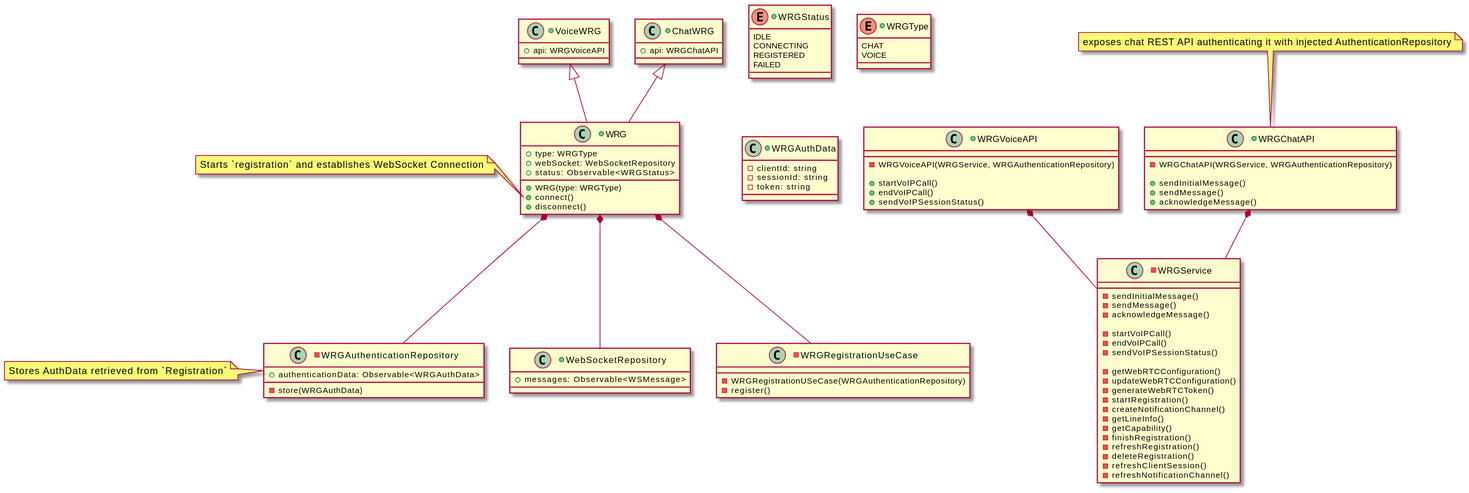
This is wrg/class.svg from crvshlab/v-app-diagrams-public, a PlantUML export, as it was before one commit.
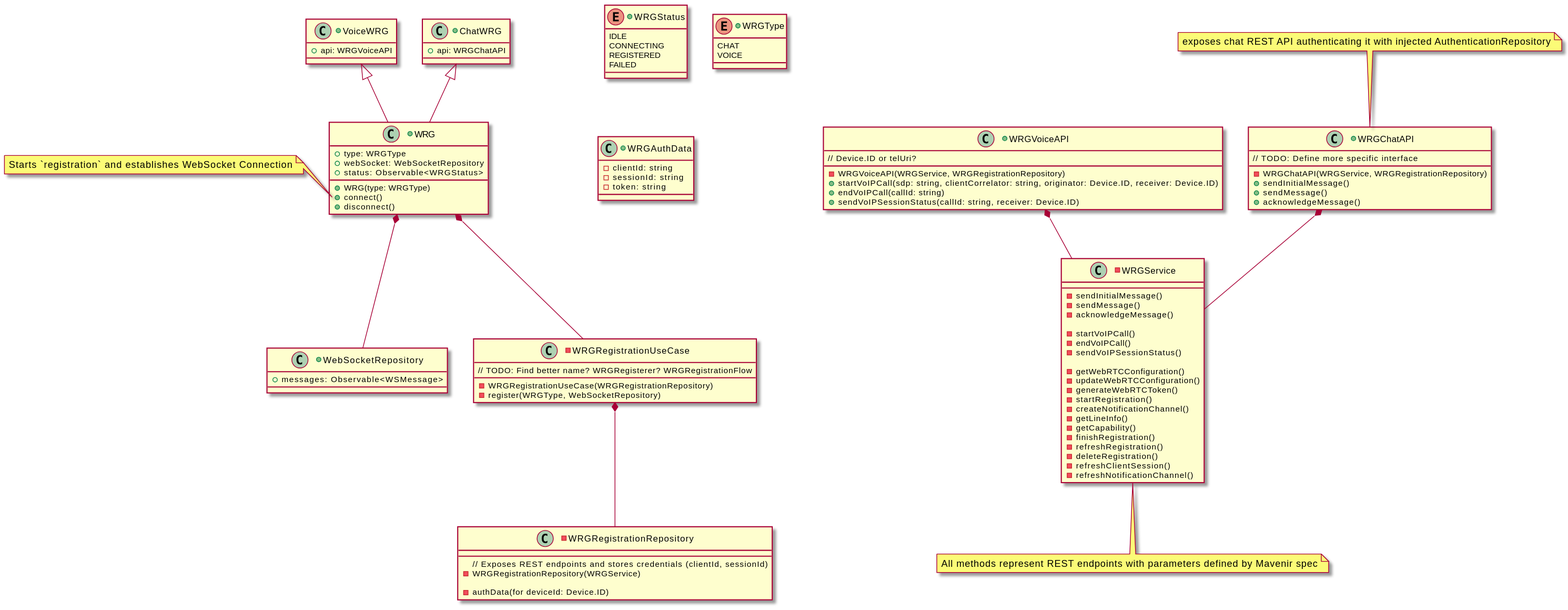
The same file after the commit.

Commit message:
Generate SVG images for PlantUML diagrams

Diff of the diagram source:
```diff
@@ -44,14 +44,16 @@
 }
 
 -class WRGRegistrationUseCase {
-    -WRGRegistrationUSeCase(WRGAuthenticationRepository)
-    -register()
+    // TODO: Find better name? WRGRegisterer? WRGRegistrationFlow
+    -WRGRegistrationUseCase(WRGRegistrationRepository)
+    -register(WRGType, WebSocketRepository)
 }
 
 +class WRGChatAPI {
 
-    -WRGChatAPI(WRGService, WRGAuthenticationRepository)
+    -WRGChatAPI(WRGService, WRGRegistrationRepository)
 
+    // TODO: Define more specific interface
     +sendInitialMessage()
     +sendMessage()
     +acknowledgeMessage()
@@ -61,11 +63,19 @@
 note top: exposes chat REST API authenticating it with injected AuthenticationRepository
 
 +class WRGVoiceAPI {
-    -WRGVoiceAPI(WRGService, WRGAuthenticationRepository)
+    -WRGVoiceAPI(WRGService, WRGRegistrationRepository)
 
-    +startVoIPCall()
-    +endVoIPCall()
-    +sendVoIPSessionStatus()
+    // Device.ID or telUri?
+    +startVoIPCall(sdp: string, clientCorrelator: string, originator: Device.ID, receiver: Device.ID)
+    +endVoIPCall(callId: string)
+    +sendVoIPSessionStatus(callId: string, receiver: Device.ID)
+}
+
+-class WRGRegistrationRepository {
+    // Exposes REST endpoints and stores credentials (clientId, sessionId)
+    -WRGRegistrationRepository(WRGService)
+
+    -authData(for deviceId: Device.ID)
 }
 
 -class WRGService {
@@ -91,16 +101,12 @@
     -refreshNotificationChannel()
 }
 
--class WRGAuthenticationRepository {
-    +authenticationData: Observable<WRGAuthData>
-    -store(WRGAuthData)
-}
-class WRGAuthenticationRepository
-note left: Stores AuthData retrieved from `Registration`
+class WRGService
+note bottom: All methods represent REST endpoints with parameters defined by Mavenir spec
 
 WRG *-- WebSocketRepository
 WRG *-- WRGRegistrationUseCase
-WRG *-- WRGAuthenticationRepository
+WRGRegistrationUseCase *-- WRGRegistrationRepository
 
 VoiceWRG <|-- WRG
 
```
